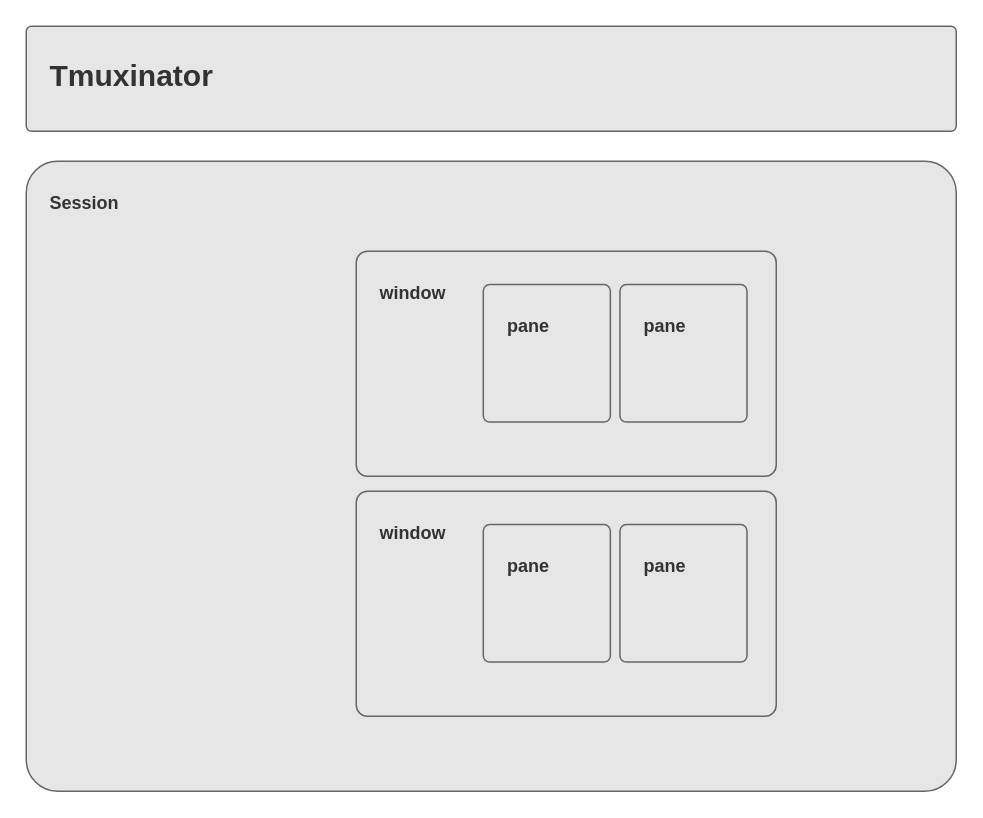
Earlier version of the draw.io diagram tmuxinator.drawio (umamiMike/technical-mess-diagrams). Source tidied: cells renumbered, new cells numbered last; positions are measured from the earlier drawing's top-left corner, leaving out a move shared by most shapes. Both pictures are drawn from the tidied source at 150%, with x=0, y=0 at pixel (26, 26).
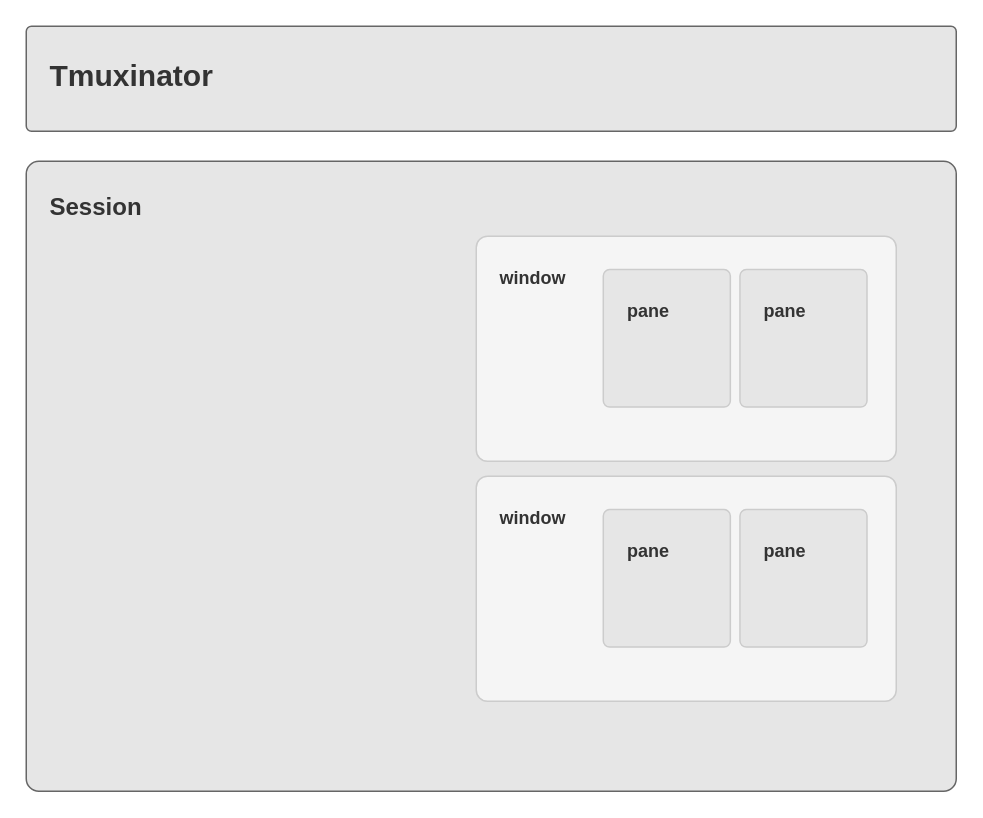
The same diagram, later.

What changed in the source:
```diff
@@
 <mxGraphModel>
   <root>
     <mxCell id="0" />
     <mxCell id="1" parent="0" />
     <mxCell id="2" value="Tmuxinator" style="rounded=1;whiteSpace=wrap;html=1;fontStyle=1;arcSize=5;align=left;verticalAlign=top;spacingLeft=8;spacingTop=8;fontSize=20;fontColor=#333333;strokeColor=#666666;fillColor=#E6E6E6;spacingBottom=16;spacing=8;" parent="1" vertex="1">
       <mxGeometry width="620" height="70" as="geometry" />
     </mxCell>
-    <mxCell id="3" value="Session" style="rounded=1;whiteSpace=wrap;html=1;fontStyle=1;arcSize=5;align=left;verticalAlign=top;spacingLeft=8;spacingTop=8;fontSize=12;fontColor=#333333;strokeColor=#666666;fillColor=#E6E6E6;spacingBottom=16;spacing=8;" parent="1" vertex="1">
+    <mxCell id="3" value="Session" style="rounded=1;whiteSpace=wrap;html=1;fontStyle=1;arcSize=2;align=left;verticalAlign=top;spacingLeft=8;spacingTop=8;fontSize=16;fontColor=#333333;strokeColor=#666666;fillColor=#E6E6E6;spacingBottom=16;spacing=8;" parent="1" vertex="1">
       <mxGeometry y="90" width="620" height="420" as="geometry" />
     </mxCell>
-    <mxCell id="4" value="window" style="rounded=1;whiteSpace=wrap;html=1;fontStyle=1;arcSize=5;align=left;verticalAlign=top;spacingLeft=8;spacingTop=8;fontSize=12;fontColor=#333333;strokeColor=#666666;fillColor=#E6E6E6;spacingBottom=16;spacing=8;" parent="3" vertex="1">
-      <mxGeometry x="220" y="60" width="280" height="150" as="geometry" />
+    <mxCell id="4" value="window" style="rounded=1;whiteSpace=wrap;html=1;fontStyle=1;arcSize=5;align=left;verticalAlign=top;spacingLeft=8;spacingTop=8;fontSize=12;fontColor=#333333;fillColor=#f5f5f5;spacingBottom=16;spacing=8;strokeColor=#CCCCCC;" parent="3" vertex="1">
+      <mxGeometry x="300" y="50" width="280" height="150" as="geometry" />
     </mxCell>
-    <mxCell id="5" value="pane" style="rounded=1;whiteSpace=wrap;html=1;fontStyle=1;arcSize=5;align=left;verticalAlign=top;spacingLeft=8;spacingTop=8;fontSize=12;fontColor=#333333;strokeColor=#666666;fillColor=#E6E6E6;spacingBottom=16;spacing=8;" parent="4" vertex="1">
+    <mxCell id="5" value="pane" style="rounded=1;whiteSpace=wrap;html=1;fontStyle=1;arcSize=5;align=left;verticalAlign=top;spacingLeft=8;spacingTop=8;fontSize=12;fontColor=#333333;strokeColor=#CCCCCC;fillColor=#E6E6E6;spacingBottom=16;spacing=8;" parent="4" vertex="1">
       <mxGeometry x="175.8" y="22.2" width="84.7" height="91.7" as="geometry" />
     </mxCell>
-    <mxCell id="6" value="pane" style="rounded=1;whiteSpace=wrap;html=1;fontStyle=1;arcSize=5;align=left;verticalAlign=top;spacingLeft=8;spacingTop=8;fontSize=12;fontColor=#333333;strokeColor=#666666;fillColor=#E6E6E6;spacingBottom=16;spacing=8;" parent="4" vertex="1">
+    <mxCell id="6" value="pane" style="rounded=1;whiteSpace=wrap;html=1;fontStyle=1;arcSize=5;align=left;verticalAlign=top;spacingLeft=8;spacingTop=8;fontSize=12;fontColor=#333333;strokeColor=#CCCCCC;spacingBottom=16;spacing=8;fillColor=#E6E6E6;" parent="4" vertex="1">
       <mxGeometry x="84.7" y="22.2" width="84.7" height="91.7" as="geometry" />
     </mxCell>
-    <mxCell id="7" value="window" style="rounded=1;whiteSpace=wrap;html=1;fontStyle=1;arcSize=5;align=left;verticalAlign=top;spacingLeft=8;spacingTop=8;fontSize=12;fontColor=#333333;strokeColor=#666666;fillColor=#E6E6E6;spacingBottom=16;spacing=8;" parent="3" vertex="1">
-      <mxGeometry x="220" y="220" width="280" height="150" as="geometry" />
+    <mxCell id="7" value="window" style="rounded=1;whiteSpace=wrap;html=1;fontStyle=1;arcSize=5;align=left;verticalAlign=top;spacingLeft=8;spacingTop=8;fontSize=12;fontColor=#333333;strokeColor=#CCCCCC;fillColor=#f5f5f5;spacingBottom=16;spacing=8;" parent="3" vertex="1">
+      <mxGeometry x="300" y="210" width="280" height="150" as="geometry" />
     </mxCell>
-    <mxCell id="8" value="pane" style="rounded=1;whiteSpace=wrap;html=1;fontStyle=1;arcSize=5;align=left;verticalAlign=top;spacingLeft=8;spacingTop=8;fontSize=12;fontColor=#333333;strokeColor=#666666;fillColor=#E6E6E6;spacingBottom=16;spacing=8;" parent="7" vertex="1">
+    <mxCell id="8" value="pane" style="rounded=1;whiteSpace=wrap;html=1;fontStyle=1;arcSize=5;align=left;verticalAlign=top;spacingLeft=8;spacingTop=8;fontSize=12;fontColor=#333333;strokeColor=#CCCCCC;fillColor=#E6E6E6;spacingBottom=16;spacing=8;" parent="7" vertex="1">
       <mxGeometry x="175.8" y="22.2" width="84.7" height="91.7" as="geometry" />
     </mxCell>
-    <mxCell id="9" value="pane" style="rounded=1;whiteSpace=wrap;html=1;fontStyle=1;arcSize=5;align=left;verticalAlign=top;spacingLeft=8;spacingTop=8;fontSize=12;fontColor=#333333;strokeColor=#666666;fillColor=#E6E6E6;spacingBottom=16;spacing=8;" parent="7" vertex="1">
+    <mxCell id="9" value="pane" style="rounded=1;whiteSpace=wrap;html=1;fontStyle=1;arcSize=5;align=left;verticalAlign=top;spacingLeft=8;spacingTop=8;fontSize=12;fontColor=#333333;strokeColor=#CCCCCC;fillColor=#E6E6E6;spacingBottom=16;spacing=8;" parent="7" vertex="1">
       <mxGeometry x="84.7" y="22.2" width="84.7" height="91.7" as="geometry" />
     </mxCell>
   </root>
 </mxGraphModel>
```
